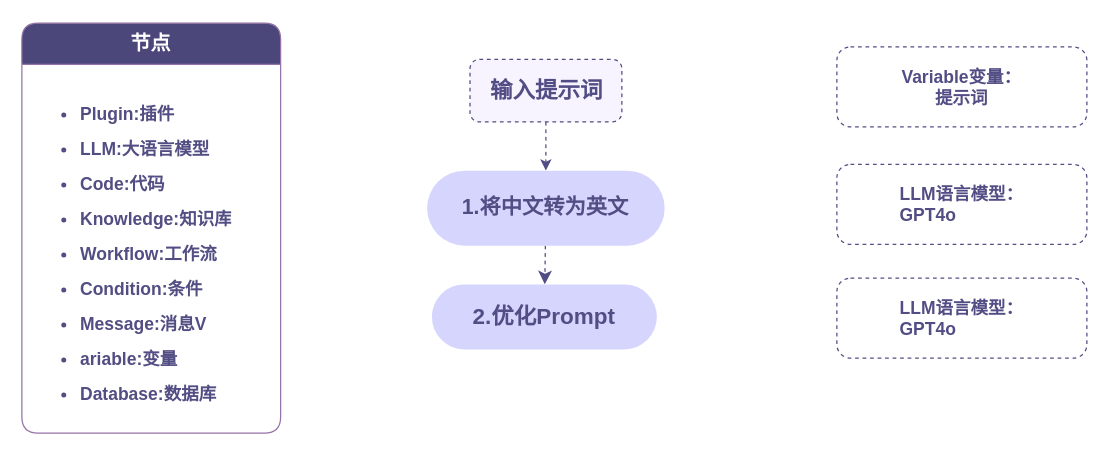
The draw.io diagram coze.drawio in 1963775891/Baize-Notes, before the edit. Source tidied: cells renumbered, new cells numbered last; positions are measured from the earlier drawing's top-left corner, leaving out a move shared by most shapes. Both pictures are drawn from the tidied source at 125%, with x=0, y=0 at pixel (21, 22).
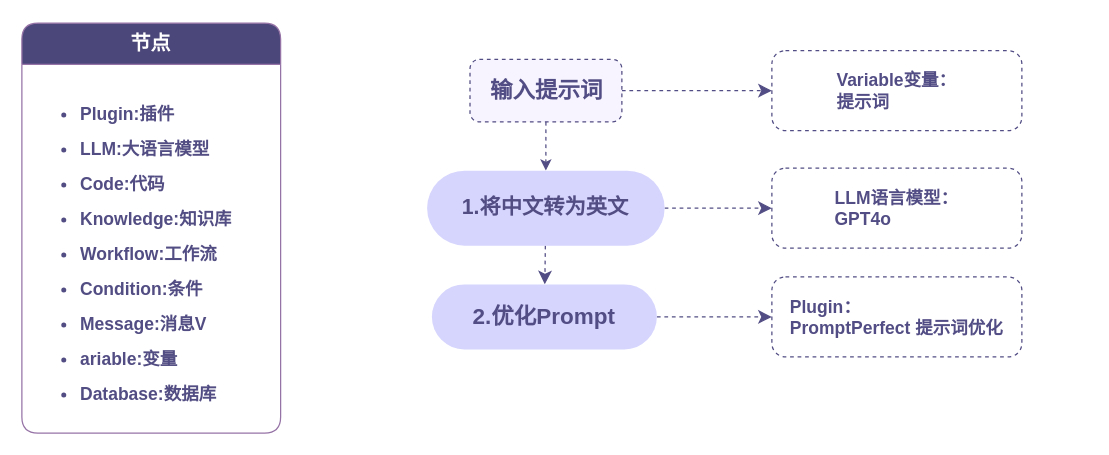
Above is the later version.

The edit, as a diff of the source:
```diff
@@
 <mxGraphModel>
   <root>
     <mxCell id="0" />
     <mxCell id="1" parent="0" />
     <mxCell id="2" style="edgeStyle=none;curved=0;rounded=1;jettySize=auto;html=1;entryX=0.5;entryY=0;entryDx=0;entryDy=0;fontSize=12;dashed=1;strokeColor=#524d84;endArrow=classic;endFill=1;" parent="1" edge="1" source="3" target="5">
       <mxGeometry relative="1" as="geometry" />
     </mxCell>
+    <mxCell id="13" style="edgeStyle=none;shape=connector;curved=0;rounded=1;jettySize=auto;html=1;exitX=1;exitY=0.5;exitDx=0;exitDy=0;entryX=0;entryY=0.5;entryDx=0;entryDy=0;dashed=1;strokeColor=#524d84;align=center;verticalAlign=middle;fontFamily=Helvetica;fontSize=12;fontColor=default;labelBackgroundColor=default;startSize=8;endArrow=classic;endFill=1;endSize=8;" parent="1" edge="1" source="3" target="7">
+      <mxGeometry relative="1" as="geometry" />
+    </mxCell>
     <mxCell id="3" value="&lt;div style=&quot;line-height: 1.3; font-family: &amp;quot;Chiron Sans HK Pro&amp;quot;; vertical-align: middle; color: rgb(82, 77, 132); font-size: 18px; font-weight: bold;&quot;&gt;&lt;p&gt;&lt;span style=&quot;background-image: initial; background-position: initial; background-size: initial; background-repeat: initial; background-attachment: initial; background-origin: initial; background-clip: initial;&quot;&gt;输入提示词&lt;/span&gt;&lt;/p&gt;&lt;/div&gt;" style="rounded=1;whiteSpace=wrap;html=1;fillColor=#f7f4ff;strokeColor=#524d83;fontColor=#333333;dashed=1;" parent="1" vertex="1">
       <mxGeometry x="358.5" y="29" width="121.5" height="50" as="geometry" />
     </mxCell>
     <mxCell id="4" style="edgeStyle=none;curved=0;rounded=1;jettySize=auto;html=1;fontSize=12;startSize=8;endSize=8;dashed=1;strokeColor=#524d84;align=center;verticalAlign=middle;fontFamily=Helvetica;fontColor=default;labelBackgroundColor=default;endArrow=classic;endFill=1;" parent="1" edge="1" source="5" target="6">
       <mxGeometry relative="1" as="geometry" />
     </mxCell>
+    <mxCell id="14" style="edgeStyle=none;shape=connector;curved=0;rounded=1;jettySize=auto;html=1;exitX=1;exitY=0.5;exitDx=0;exitDy=0;entryX=0;entryY=0.5;entryDx=0;entryDy=0;dashed=1;strokeColor=#524d84;align=center;verticalAlign=middle;fontFamily=Helvetica;fontSize=12;fontColor=default;labelBackgroundColor=default;startSize=8;endArrow=classic;endFill=1;endSize=8;" parent="1" edge="1" source="5" target="8">
+      <mxGeometry relative="1" as="geometry" />
+    </mxCell>
     <mxCell id="5" value="&lt;div style=&quot;line-height: 1.3; font-family: &amp;quot;Chiron Sans HK Pro&amp;quot;; vertical-align: middle; font-size: 17px;&quot;&gt;&lt;p style=&quot;font-size: 17px;&quot;&gt;1.将中文转为英文&lt;/p&gt;&lt;/div&gt;" style="rounded=1;whiteSpace=wrap;html=1;fillColor=#d6d5fd;strokeColor=none;arcSize=50;fontColor=#524d83;fontStyle=1;fontSize=17;" parent="1" vertex="1">
       <mxGeometry x="324.2" y="118" width="190" height="60" as="geometry" />
     </mxCell>
+    <mxCell id="15" style="edgeStyle=none;shape=connector;curved=0;rounded=1;jettySize=auto;html=1;exitX=1;exitY=0.5;exitDx=0;exitDy=0;entryX=0;entryY=0.5;entryDx=0;entryDy=0;dashed=1;strokeColor=#524d84;align=center;verticalAlign=middle;fontFamily=Helvetica;fontSize=12;fontColor=default;labelBackgroundColor=default;startSize=8;endArrow=classic;endFill=1;endSize=8;" parent="1" edge="1" source="6" target="9">
+      <mxGeometry relative="1" as="geometry" />
+    </mxCell>
     <mxCell id="6" value="&lt;div style=&quot;line-height: 1.3; font-family: &amp;quot;Chiron Sans HK Pro&amp;quot;; vertical-align: middle; color: rgb(82, 77, 132); font-size: 18px; font-weight: bold;&quot;&gt;&lt;div style=&quot;line-height: 1.3; vertical-align: middle;&quot;&gt;&lt;p&gt;2.优化Prompt&lt;/p&gt;&lt;/div&gt;&lt;/div&gt;" style="rounded=1;whiteSpace=wrap;html=1;fillColor=#d6d5fd;strokeColor=none;arcSize=50;align=center;verticalAlign=middle;fontFamily=Helvetica;fontSize=17;fontColor=#524d83;fontStyle=1;" parent="1" vertex="1">
       <mxGeometry x="328" y="209" width="180" height="52" as="geometry" />
     </mxCell>
-    <mxCell id="7" value="&lt;div style=&quot;line-height: 20%; vertical-align: top; color: rgb(82, 77, 132); font-size: 14px; font-weight: bold;&quot;&gt;&lt;p style=&quot;line-height: 20%; font-size: 14px;&quot;&gt;&lt;font style=&quot;font-size: 14px;&quot; face=&quot;Helvetica&quot;&gt;Variable变量：&lt;/font&gt;&lt;/p&gt;&lt;p style=&quot;line-height: 20%; font-size: 14px;&quot;&gt;&lt;font style=&quot;font-size: 14px;&quot; face=&quot;aLDYF8aHoTCgzbLq1X3a&quot;&gt;提示词&lt;/font&gt;&lt;/p&gt;&lt;/div&gt;" style="rounded=1;whiteSpace=wrap;html=1;fontFamily=Helvetica;fontSize=14;fontColor=default;labelBackgroundColor=default;strokeColor=#524d84;dashed=1;strokeWidth=1;spacing=0;align=center;arcSize=17;" parent="1" vertex="1">
-      <mxGeometry x="652" y="19" width="200" height="64" as="geometry" />
+    <mxCell id="7" value="&lt;div style=&quot;line-height: 20%; vertical-align: top; color: rgb(82, 77, 132); font-size: 14px; font-weight: bold;&quot;&gt;&lt;p style=&quot;text-align: justify; line-height: 20%; font-size: 14px;&quot;&gt;&lt;font style=&quot;font-size: 14px;&quot; face=&quot;Helvetica&quot;&gt;Variable变量：&lt;/font&gt;&lt;/p&gt;&lt;p style=&quot;text-align: justify; line-height: 20%; font-size: 14px;&quot;&gt;&lt;font style=&quot;font-size: 14px;&quot; face=&quot;aLDYF8aHoTCgzbLq1X3a&quot;&gt;提示词&lt;/font&gt;&lt;/p&gt;&lt;/div&gt;" style="rounded=1;whiteSpace=wrap;html=1;fontFamily=Helvetica;fontSize=14;fontColor=default;labelBackgroundColor=default;strokeColor=#524d84;dashed=1;strokeWidth=1;spacing=0;align=center;arcSize=17;" parent="1" vertex="1">
+      <mxGeometry x="600" y="22" width="200" height="64" as="geometry" />
     </mxCell>
     <mxCell id="8" value="&lt;div style=&quot;line-height: 20%; vertical-align: top; color: rgb(82, 77, 132); font-weight: bold;&quot;&gt;&lt;div style=&quot;line-height: 20%; font-family: &amp;quot;Chiron Sans HK Pro&amp;quot;; text-align: left; vertical-align: middle;&quot;&gt;&lt;p style=&quot;line-height: 20%;&quot;&gt;LLM语言模型：&lt;/p&gt;&lt;p style=&quot;line-height: 20%;&quot;&gt;GPT4o&lt;/p&gt;&lt;/div&gt;&lt;/div&gt;" style="rounded=1;whiteSpace=wrap;html=1;fontFamily=Helvetica;fontSize=14;fontColor=default;labelBackgroundColor=default;strokeColor=#524d84;dashed=1;strokeWidth=1;spacing=0;align=center;arcSize=17;verticalAlign=middle;fillColor=default;" parent="1" vertex="1">
-      <mxGeometry x="652" y="113" width="200" height="64" as="geometry" />
+      <mxGeometry x="600" y="116" width="200" height="64" as="geometry" />
     </mxCell>
-    <mxCell id="9" value="&lt;div style=&quot;line-height: 20%; vertical-align: top; color: rgb(82, 77, 132); font-weight: bold;&quot;&gt;&lt;div style=&quot;line-height: 20%; font-family: &amp;quot;Chiron Sans HK Pro&amp;quot;; text-align: left; vertical-align: middle;&quot;&gt;&lt;p style=&quot;line-height: 20%;&quot;&gt;LLM语言模型：&lt;/p&gt;&lt;p style=&quot;line-height: 20%;&quot;&gt;GPT4o&lt;/p&gt;&lt;/div&gt;&lt;/div&gt;" style="rounded=1;whiteSpace=wrap;html=1;fontFamily=Helvetica;fontSize=14;fontColor=default;labelBackgroundColor=default;strokeColor=#524d84;dashed=1;strokeWidth=1;spacing=0;align=center;arcSize=17;verticalAlign=middle;fillColor=default;" parent="1" vertex="1">
-      <mxGeometry x="652" y="204" width="200" height="64" as="geometry" />
+    <mxCell id="9" value="&lt;div style=&quot;line-height: 20%; vertical-align: top; color: rgb(82, 77, 132); font-weight: bold;&quot;&gt;&lt;div style=&quot;line-height: 20%; font-family: &amp;quot;Chiron Sans HK Pro&amp;quot;; text-align: left; vertical-align: middle;&quot;&gt;&lt;div style=&quot;line-height: 20%; vertical-align: middle;&quot;&gt;&lt;p style=&quot;line-height: 20%;&quot;&gt;Plugin：&lt;/p&gt;&lt;p style=&quot;line-height: 20%;&quot;&gt;PromptPerfect 提示词优化&lt;/p&gt;&lt;/div&gt;&lt;/div&gt;&lt;/div&gt;" style="rounded=1;whiteSpace=wrap;html=1;fontFamily=Helvetica;fontSize=14;fontColor=default;labelBackgroundColor=default;strokeColor=#524d84;dashed=1;strokeWidth=1;spacing=0;align=center;arcSize=17;verticalAlign=middle;fillColor=default;" parent="1" vertex="1">
+      <mxGeometry x="600" y="203" width="200" height="64" as="geometry" />
     </mxCell>
     <mxCell id="10" value="&lt;div style=&quot;line-height: 90%; font-family: &amp;quot;Chiron Sans HK Pro&amp;quot;; text-align: left; vertical-align: top;&quot;&gt;&lt;p style=&quot;line-height: 90%;&quot;&gt;&lt;font style=&quot;font-size: 16px;&quot;&gt;节点&lt;/font&gt;&lt;/p&gt;&lt;/div&gt;" style="swimlane;whiteSpace=wrap;html=1;fontFamily=Helvetica;fontSize=12;labelBackgroundColor=none;startSize=33;labelBorderColor=none;strokeColor=#9673a6;fillColor=#4c477a;fontColor=#ffffff;rounded=1;arcSize=13;" parent="1" vertex="1">
       <mxGeometry width="207" height="328" as="geometry" />
     </mxCell>
     <mxCell id="11" value="&lt;font face=&quot;Helvetica&quot; style=&quot;font-size: 14px;&quot;&gt;&lt;ul style=&quot;line-height: 200%;&quot;&gt;&lt;li&gt;&lt;font face=&quot;Helvetica&quot; style=&quot;font-size: 14px;&quot;&gt;Plugin:插件&lt;/font&gt;&lt;/li&gt;&lt;li&gt;&lt;font face=&quot;J9HjFA61Q-ZLZLiDTO3Z&quot; style=&quot;font-size: 14px;&quot;&gt;LLM:大语言模型&lt;/font&gt;&lt;/li&gt;&lt;li&gt;&lt;font face=&quot;J9HjFA61Q-ZLZLiDTO3Z&quot; style=&quot;font-size: 14px;&quot;&gt;Code:代码&lt;/font&gt;&lt;/li&gt;&lt;li&gt;&lt;font face=&quot;J9HjFA61Q-ZLZLiDTO3Z&quot; style=&quot;font-size: 14px;&quot;&gt;Knowledge:知识库&lt;/font&gt;&lt;/li&gt;&lt;li&gt;&lt;font face=&quot;J9HjFA61Q-ZLZLiDTO3Z&quot; style=&quot;font-size: 14px;&quot;&gt;Workflow:工作流&lt;/font&gt;&lt;/li&gt;&lt;li&gt;&lt;font face=&quot;J9HjFA61Q-ZLZLiDTO3Z&quot; style=&quot;font-size: 14px;&quot;&gt;Condition:条件&lt;/font&gt;&lt;/li&gt;&lt;li&gt;&lt;font face=&quot;J9HjFA61Q-ZLZLiDTO3Z&quot; style=&quot;font-size: 14px;&quot;&gt;Message:消息V&lt;/font&gt;&lt;/li&gt;&lt;li&gt;&lt;font face=&quot;J9HjFA61Q-ZLZLiDTO3Z&quot; style=&quot;font-size: 14px;&quot;&gt;ariable:变量&lt;/font&gt;&lt;/li&gt;&lt;li&gt;&lt;span style=&quot;font-size: 14px;&quot;&gt;&lt;font face=&quot;J9HjFA61Q-ZLZLiDTO3Z&quot;&gt;Database:数据库&lt;/font&gt;&lt;/span&gt;&lt;/li&gt;&lt;/ul&gt;&lt;/font&gt;" style="text;strokeColor=none;fillColor=none;html=1;whiteSpace=wrap;verticalAlign=top;overflow=hidden;fontFamily=Helvetica;fontSize=12;fontColor=#524d83;labelBackgroundColor=default;fontStyle=1;" parent="10" vertex="1">
       <mxGeometry x="5" y="38" width="184" height="283" as="geometry" />
     </mxCell>
     <mxCell id="12" style="edgeStyle=none;shape=connector;curved=0;rounded=1;orthogonalLoop=1;jettySize=auto;html=1;exitX=0.25;exitY=0;exitDx=0;exitDy=0;dashed=1;strokeColor=#524d84;align=center;verticalAlign=middle;fontFamily=Helvetica;fontSize=12;fontColor=default;labelBackgroundColor=default;startSize=8;endArrow=classic;endFill=1;endSize=8;" parent="10" edge="1" source="11" target="11">
       <mxGeometry relative="1" as="geometry" />
     </mxCell>
   </root>
 </mxGraphModel>
```
